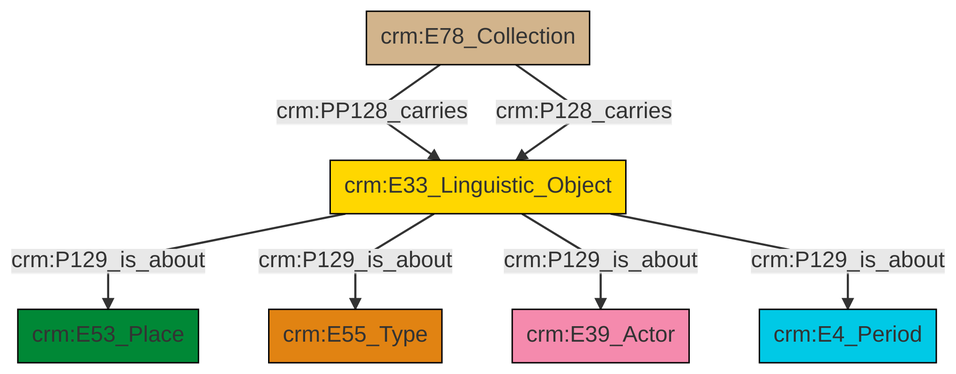
Before: et/archivalCSV/ttl/mmd/png/archival_aboutness.png, a diagram exported from Mermaid (swiss-art-research-net/docs.swissartresearch). Its source is kept beside it as et/archivalCSV/ttl/mmd/archival_aboutness.ttl.mmd.
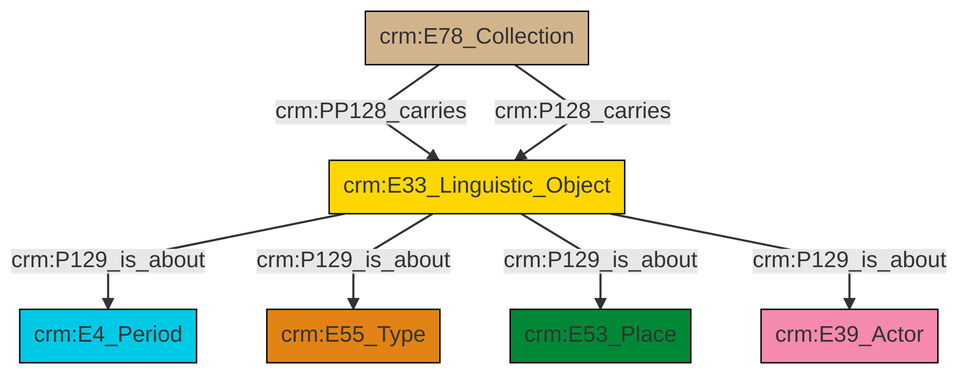
Above is the later version.

The edit, as a diff of the source:
```diff
@@ -13,9 +13,9 @@
 classDef PC_Classes fill:#4ce600, stroke:#000000;
 classDef Multi fill:#cccccc,stroke:#000000;
 
-4["crm:E78_Collection"]:::Physical_Thing -->|crm:PP128_carries| 2["crm:E33_Linguistic_Object"]:::Conceptual_Object
-2["crm:E33_Linguistic_Object"]:::Conceptual_Object -->|crm:P129_is_about| 0["crm:E53_Place"]:::Place
-2["crm:E33_Linguistic_Object"]:::Conceptual_Object -->|crm:P129_is_about| 7["crm:E55_Type"]:::Type
-2["crm:E33_Linguistic_Object"]:::Conceptual_Object -->|crm:P129_is_about| 8["crm:E39_Actor"]:::Actor
-2["crm:E33_Linguistic_Object"]:::Conceptual_Object -->|crm:P129_is_about| 5["crm:E4_Period"]:::Temporal_Entity
-4["crm:E78_Collection"]:::Physical_Thing -->|crm:P128_carries| 2["crm:E33_Linguistic_Object"]:::Conceptual_Object
+2["crm:E33_Linguistic_Object"]:::Conceptual_Object -->|crm:P129_is_about| 0["crm:E4_Period"]:::Temporal_Entity
+3["crm:E78_Collection"]:::Physical_Thing -->|crm:PP128_carries| 2["crm:E33_Linguistic_Object"]:::Conceptual_Object
+2["crm:E33_Linguistic_Object"]:::Conceptual_Object -->|crm:P129_is_about| 4["crm:E55_Type"]:::Type
+3["crm:E78_Collection"]:::Physical_Thing -->|crm:P128_carries| 2["crm:E33_Linguistic_Object"]:::Conceptual_Object
+2["crm:E33_Linguistic_Object"]:::Conceptual_Object -->|crm:P129_is_about| 7["crm:E53_Place"]:::Place
+2["crm:E33_Linguistic_Object"]:::Conceptual_Object -->|crm:P129_is_about| 10["crm:E39_Actor"]:::Actor
```
